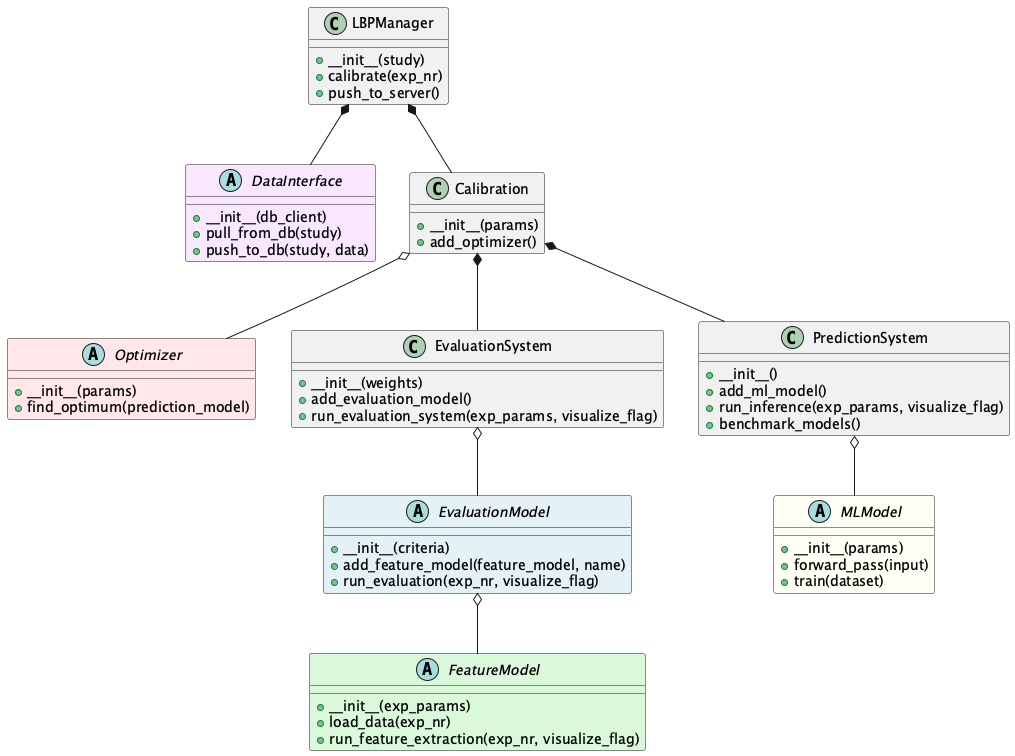
Above: src/lbp_package/UML_base_classes.png in luca-bettermann/pred-fab (PlantUML), before the change.
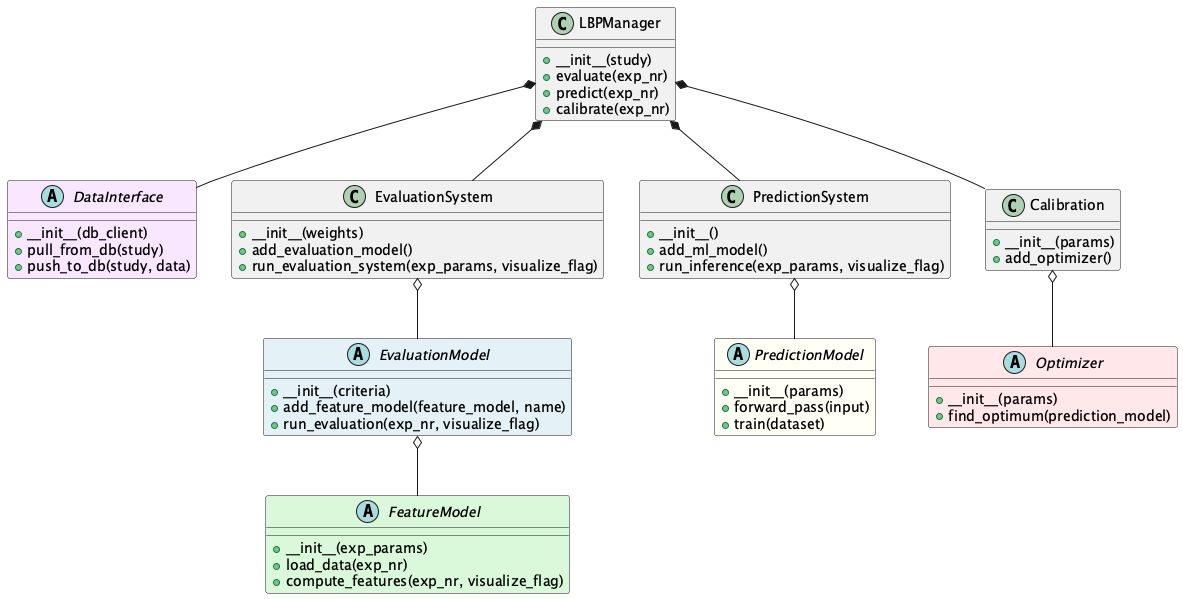
After the commit.

The edit, as a diff of the source:
```diff
@@ -5,10 +5,10 @@
 ABSTRACT_CLASS FeatureModel #90EE9055 {
     +__init__(exp_params)
     +load_data(exp_nr)
-    +run_feature_extraction(exp_nr, visualize_flag)
+    +compute_features(exp_nr, visualize_flag)
 }
 
-ABSTRACT_CLASS MLModel #FFFFE055 {
+ABSTRACT_CLASS PredictionModel #FFFFE055 {
     +__init__(params)
     +forward_pass(input)
     +train(dataset)
@@ -33,8 +33,9 @@
 
 class LBPManager {
     +__init__(study)
+    +evaluate(exp_nr)
+    +predict(exp_nr)
     +calibrate(exp_nr)
-    +push_to_server()
 }
 
 class EvaluationSystem {
@@ -47,7 +48,6 @@
     +__init__()
     +add_ml_model()
     +run_inference(exp_params, visualize_flag)
-    +benchmark_models()
 }
 
 class Calibration {
@@ -58,17 +58,14 @@
 
 
 
+LBPManager *-- DataInterface
+LBPManager *-- EvaluationSystem
+LBPManager *-- PredictionSystem
 LBPManager *-- Calibration
-LBPManager *-- DataInterface
-
-Calibration *-- EvaluationSystem
-Calibration *-- PredictionSystem
 
 EvaluationSystem o-- EvaluationModel
 EvaluationModel o-- FeatureModel
-
-PredictionSystem o-- MLModel
-
+PredictionSystem o-- PredictionModel
 Calibration o-- Optimizer
 
 @enduml
```
